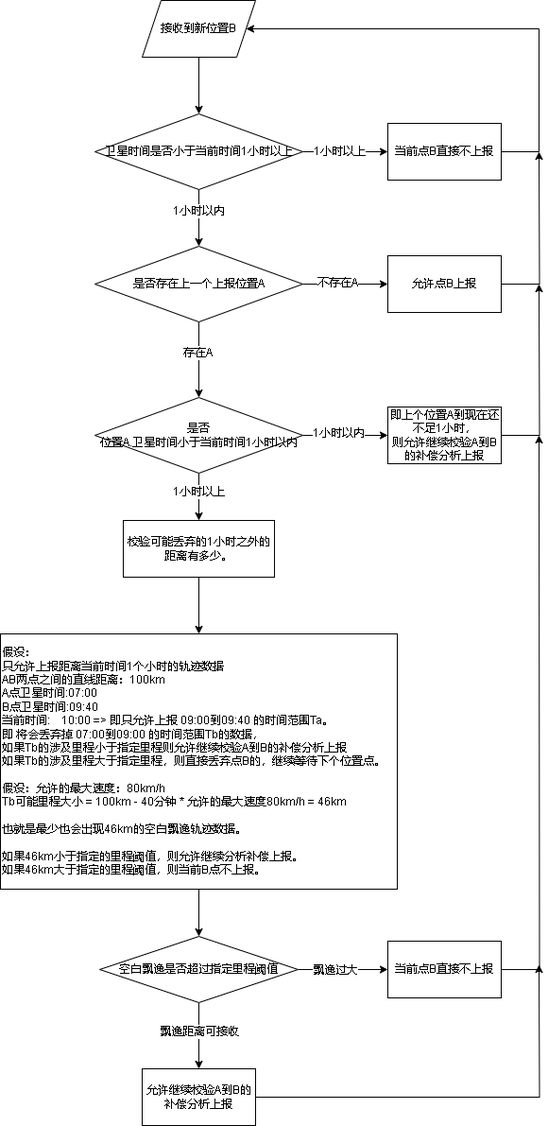
xktder/draw keeps this draw.io diagram as 809轨迹时间异常.drawio.png. Above is the earlier version. Source tidied: cells renumbered, new cells last; positions are measured from the earlier drawing's top-left corner, leaving out a move shared by most shapes.
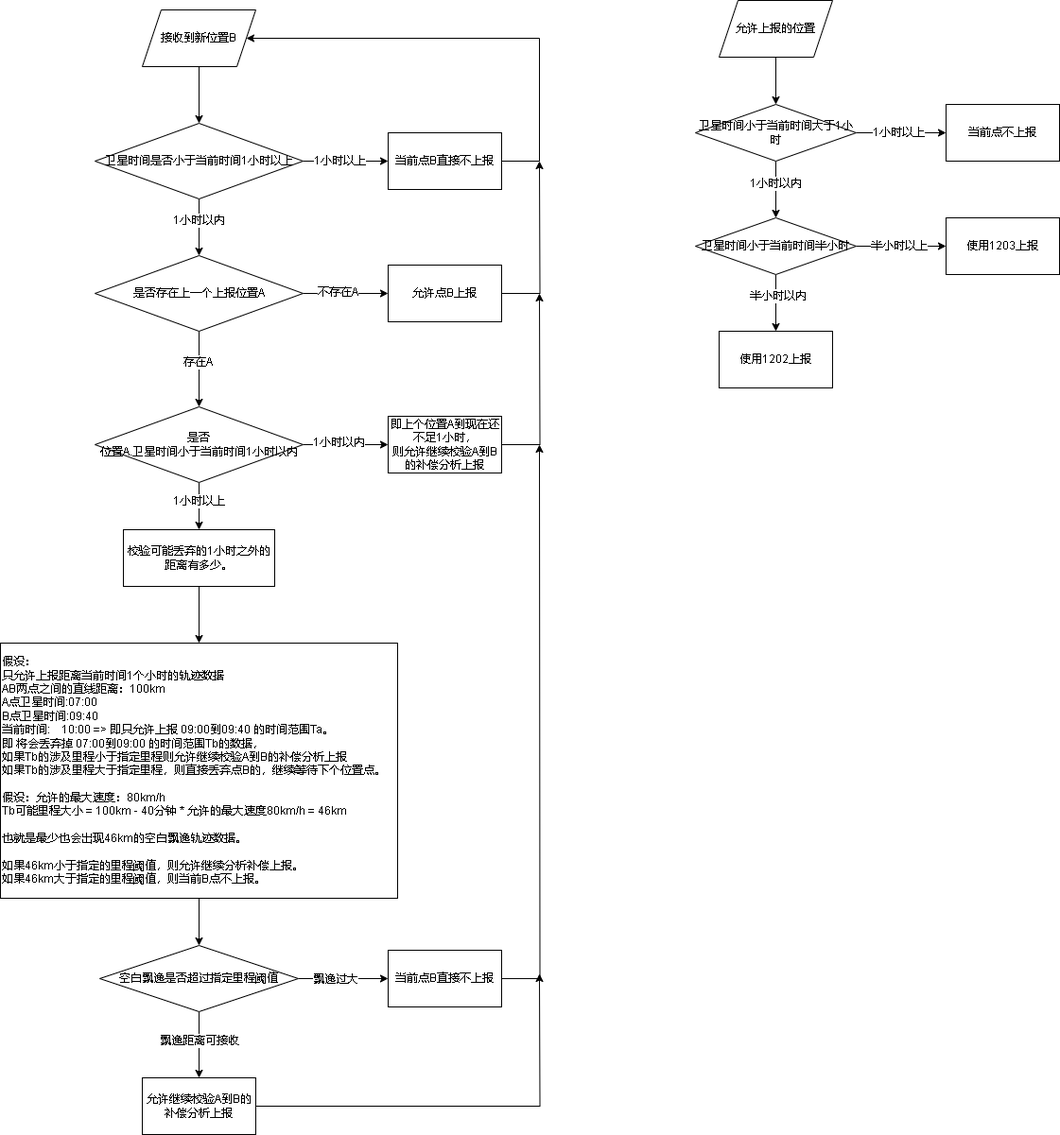
After the commit.

Commit message:
更新809轨迹时间异常.drawio.png

Diff of the diagram source:
```diff
@@ -123,5 +123,54 @@
     <mxCell id="37" value="允许继续校验A到B的补偿分析上报" style="whiteSpace=wrap;html=1;rounded=0;" parent="1" vertex="1">
       <mxGeometry x="150" y="1130" width="120" height="60" as="geometry" />
     </mxCell>
+    <mxCell id="38" style="edgeStyle=orthogonalEdgeStyle;rounded=0;jettySize=auto;html=1;" parent="1" edge="1" source="39" target="44">
+      <mxGeometry relative="1" as="geometry" />
+    </mxCell>
+    <mxCell id="39" value="允许上报的位置" style="shape=parallelogram;perimeter=parallelogramPerimeter;whiteSpace=wrap;html=1;fixedSize=1;" parent="1" vertex="1">
+      <mxGeometry x="760" y="-10" width="120" height="60" as="geometry" />
+    </mxCell>
+    <mxCell id="40" style="edgeStyle=orthogonalEdgeStyle;rounded=0;jettySize=auto;html=1;" parent="1" edge="1" source="44" target="45">
+      <mxGeometry relative="1" as="geometry" />
+    </mxCell>
+    <mxCell id="41" value="1小时以上" style="edgeLabel;html=1;align=center;verticalAlign=middle;" parent="40" vertex="1">
+      <mxGeometry x="-0.22" relative="1" as="geometry">
+        <mxPoint x="8" as="offset" />
+      </mxGeometry>
+    </mxCell>
+    <mxCell id="42" style="edgeStyle=orthogonalEdgeStyle;rounded=0;jettySize=auto;html=1;" parent="1" edge="1" source="44" target="50">
+      <mxGeometry relative="1" as="geometry" />
+    </mxCell>
+    <mxCell id="43" value="1小时以内" style="edgeLabel;html=1;align=center;verticalAlign=middle;" parent="42" vertex="1">
+      <mxGeometry x="-0.2" relative="1" as="geometry" />
+    </mxCell>
+    <mxCell id="44" value="卫星时间小于当前时间大于1小时" style="rhombus;whiteSpace=wrap;html=1;" parent="1" vertex="1">
+      <mxGeometry x="735" y="100" width="170" height="60" as="geometry" />
+    </mxCell>
+    <mxCell id="45" value="当前点不上报" style="whiteSpace=wrap;html=1;" parent="1" vertex="1">
+      <mxGeometry x="1000" y="100" width="120" height="60" as="geometry" />
+    </mxCell>
+    <mxCell id="46" style="edgeStyle=orthogonalEdgeStyle;rounded=0;jettySize=auto;html=1;" parent="1" edge="1" source="50" target="51">
+      <mxGeometry relative="1" as="geometry" />
+    </mxCell>
+    <mxCell id="47" value="半小时以上" style="edgeLabel;html=1;align=center;verticalAlign=middle;" parent="46" vertex="1">
+      <mxGeometry x="-0.14" relative="1" as="geometry">
+        <mxPoint x="4" as="offset" />
+      </mxGeometry>
+    </mxCell>
+    <mxCell id="48" style="edgeStyle=orthogonalEdgeStyle;rounded=0;jettySize=auto;html=1;" parent="1" edge="1" source="50" target="52">
+      <mxGeometry relative="1" as="geometry" />
+    </mxCell>
+    <mxCell id="49" value="半小时以内" style="edgeLabel;html=1;align=center;verticalAlign=middle;" parent="48" vertex="1">
+      <mxGeometry x="-0.23" y="2" relative="1" as="geometry" />
+    </mxCell>
+    <mxCell id="50" value="卫星时间小于当前时间半小时" style="rhombus;whiteSpace=wrap;html=1;" parent="1" vertex="1">
+      <mxGeometry x="735" y="220" width="170" height="60" as="geometry" />
+    </mxCell>
+    <mxCell id="51" value="使用1203上报" style="whiteSpace=wrap;html=1;" parent="1" vertex="1">
+      <mxGeometry x="1000" y="220" width="120" height="60" as="geometry" />
+    </mxCell>
+    <mxCell id="52" value="使用1202上报" style="whiteSpace=wrap;html=1;" parent="1" vertex="1">
+      <mxGeometry x="760" y="340" width="120" height="60" as="geometry" />
+    </mxCell>
   </root>
 </mxGraphModel>
```
